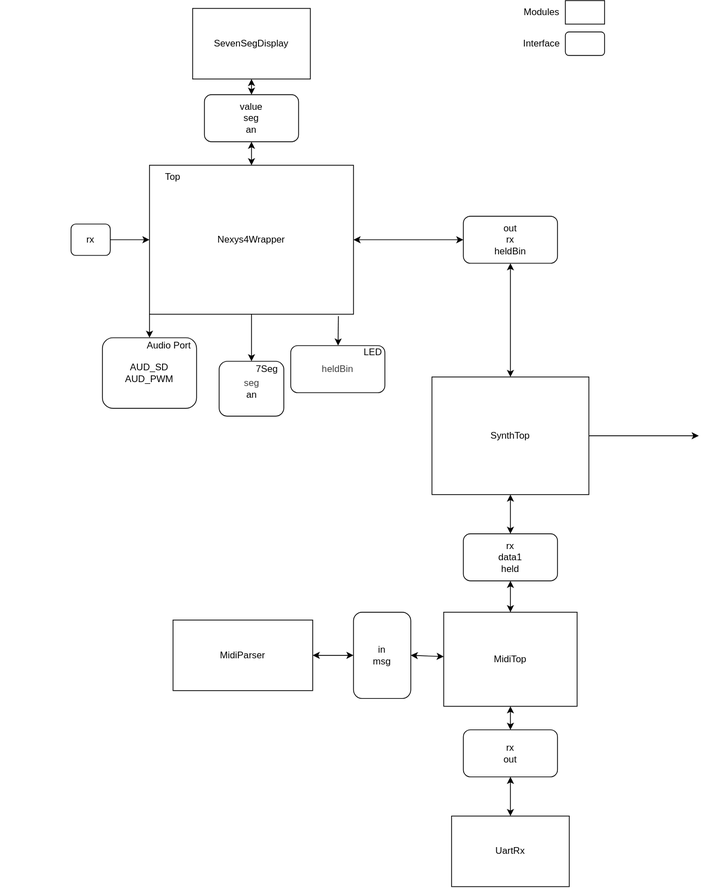
Above: docs/hierarchy.drawio.svg in bathtuballigator/chisel-synth (draw.io), before the change. Source tidied: cells renumbered, new cells last; positions are measured from the earlier drawing's top-left corner, leaving out a move shared by most shapes.
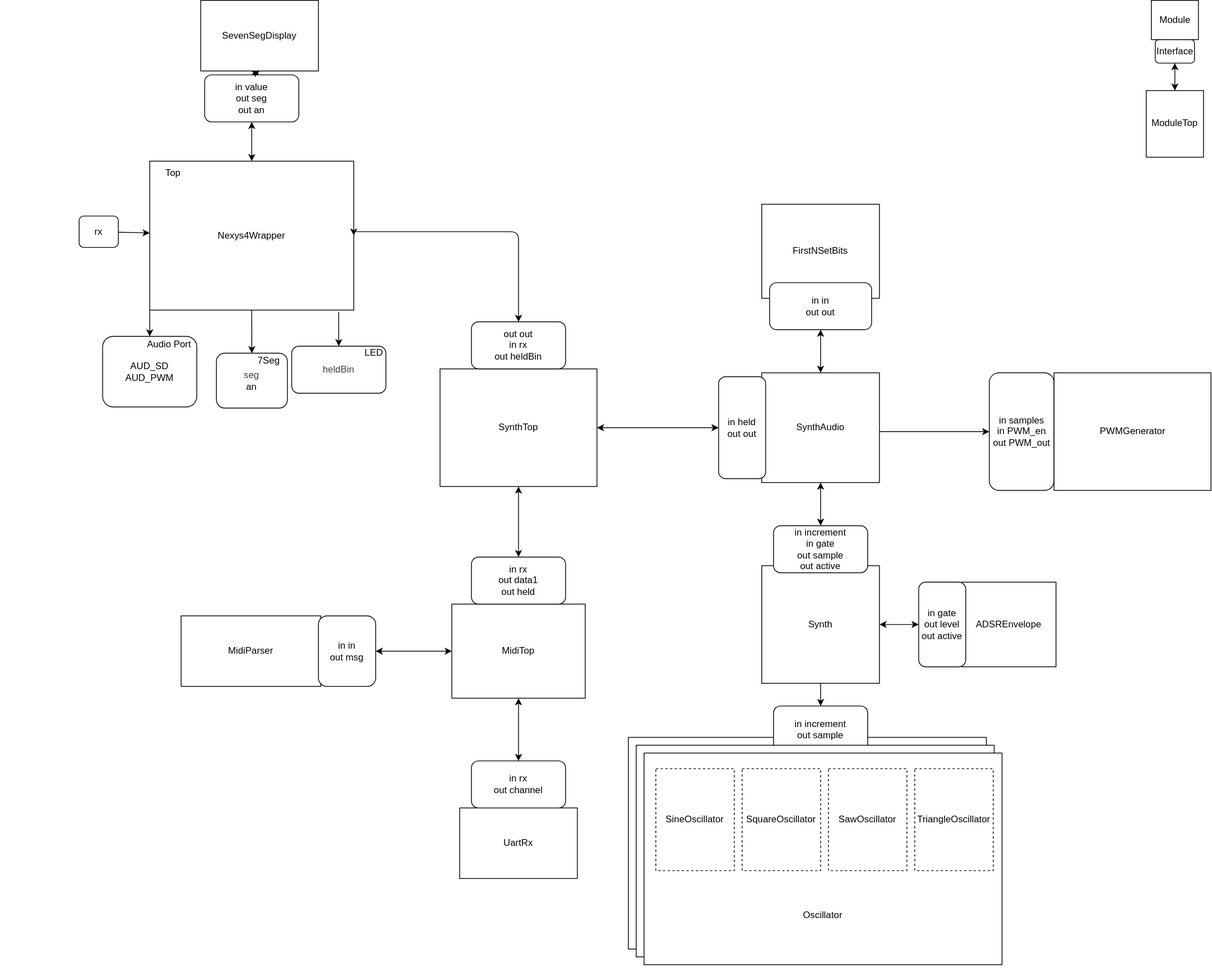
The same diagram one commit later.

Commit message:
finish hieararchy

Change to the diagram source:
```diff
@@ -1,2 +1,2 @@
-<mxGraphModel>
+<mxGraphModel background="light-dark(#FFFFFF,#121212)">
   <root>
@@ -5,3 +5,3 @@
     <mxCell id="2" style="group;" parent="1" vertex="1">
-      <mxGeometry y="90" width="900" height="190" as="geometry" />
+      <mxGeometry x="-10" y="95" width="900" height="190" as="geometry" />
     </mxCell>
@@ -13,2 +13,8 @@
     </mxCell>
+    <mxCell id="15" value="in value&lt;div&gt;out seg&lt;/div&gt;&lt;div&gt;out an&lt;/div&gt;" style="rounded=1;whiteSpace=wrap;html=1;roundedPerimeter=1;" parent="2" vertex="1">
+      <mxGeometry x="260" y="10" width="120" height="60" as="geometry" />
+    </mxCell>
+    <mxCell id="16" style="edgeStyle=none;html=1;entryX=0.5;entryY=1;entryDx=0;entryDy=0;exitX=0.5;exitY=0;exitDx=0;exitDy=0;startArrow=classic;startFill=1;" parent="2" edge="1" source="3" target="15">
+      <mxGeometry relative="1" as="geometry" />
+    </mxCell>
     <mxCell id="5" style="endArrow=none;html=1;entryX=0.5;entryY=1;entryDx=0;entryDy=0;endFill=0;startArrow=classic;startFill=1;" parent="1" edge="1" source="6" target="3">
@@ -16,17 +22,2 @@
     </mxCell>
-    <mxCell id="6" value="&lt;div&gt;&lt;span style=&quot;color: rgb(63, 63, 63); background-color: transparent;&quot;&gt;seg&lt;/span&gt;&lt;/div&gt;&lt;div&gt;an&lt;/div&gt;" style="rounded=1;whiteSpace=wrap;html=1;roundedPerimeter=1;" parent="1" vertex="1">
-      <mxGeometry x="278.8" y="460" width="82.5" height="70" as="geometry" />
-    </mxCell>
-    <mxCell id="7" style="rounded=0;whiteSpace=wrap;html=1;" parent="1" vertex="1">
-      <mxGeometry x="720" width="50" height="30" as="geometry" />
-    </mxCell>
-    <mxCell id="8" value="Modules" style="text;html=1;whiteSpace=wrap;strokeColor=none;fillColor=none;align=center;verticalAlign=middle;rounded=0;" parent="1" vertex="1">
-      <mxGeometry x="660" width="60" height="30" as="geometry" />
-    </mxCell>
-    <mxCell id="9" style="rounded=1;whiteSpace=wrap;html=1;roundedPerimeter=1;" parent="1" vertex="1">
-      <mxGeometry x="720" y="40" width="50" height="30" as="geometry" />
-    </mxCell>
-    <mxCell id="10" value="Interface" style="text;html=1;whiteSpace=wrap;strokeColor=none;fillColor=none;align=center;verticalAlign=middle;rounded=0;" parent="1" vertex="1">
-      <mxGeometry x="660" y="40" width="60" height="30" as="geometry" />
-    </mxCell>
     <mxCell id="11" style="edgeStyle=none;html=1;exitX=0;exitY=1;exitDx=0;exitDy=0;" parent="1" edge="1" source="3" target="12">
@@ -34,5 +25,2 @@
     </mxCell>
-    <mxCell id="12" value="AUD_SD&lt;div&gt;AUD_PWM&lt;/div&gt;" style="rounded=1;whiteSpace=wrap;html=1;roundedPerimeter=1;" parent="1" vertex="1">
-      <mxGeometry x="130" y="430" width="120" height="90" as="geometry" />
-    </mxCell>
     <mxCell id="13" style="edgeStyle=none;html=1;entryX=0.5;entryY=1;entryDx=0;entryDy=0;exitX=0.5;exitY=0;exitDx=0;exitDy=0;startArrow=classic;startFill=1;" parent="1" edge="1" source="15" target="14">
@@ -43,13 +31,2 @@
     </mxCell>
-    <mxCell id="15" value="value&lt;div&gt;seg&lt;/div&gt;&lt;div&gt;an&lt;/div&gt;" style="rounded=1;whiteSpace=wrap;html=1;roundedPerimeter=1;" parent="1" vertex="1">
-      <mxGeometry x="260" y="120" width="120" height="60" as="geometry" />
-    </mxCell>
-    <mxCell id="16" style="edgeStyle=none;html=1;entryX=0.5;entryY=1;entryDx=0;entryDy=0;exitX=0.5;exitY=0;exitDx=0;exitDy=0;startArrow=classic;startFill=1;" parent="1" edge="1" source="3" target="15">
-      <mxGeometry relative="1" as="geometry" />
-    </mxCell>
-    <mxCell id="17" style="edgeStyle=none;html=1;" parent="1" edge="1" source="18">
-      <mxGeometry relative="1" as="geometry">
-        <mxPoint x="890" y="555" as="targetPoint" />
-      </mxGeometry>
-    </mxCell>
     <mxCell id="18" value="SynthTop" style="rounded=0;whiteSpace=wrap;html=1;" parent="1" vertex="1">
@@ -57,4 +34,4 @@
     </mxCell>
-    <mxCell id="19" value="out&lt;div&gt;rx&lt;/div&gt;&lt;div&gt;heldBin&lt;/div&gt;" style="rounded=1;whiteSpace=wrap;html=1;roundedPerimeter=1;" parent="1" vertex="1">
-      <mxGeometry x="590" y="275" width="120" height="60" as="geometry" />
+    <mxCell id="19" value="out out&lt;div&gt;in rx&lt;/div&gt;&lt;div&gt;out heldBin&lt;/div&gt;" style="rounded=1;whiteSpace=wrap;html=1;roundedPerimeter=1;" parent="1" vertex="1">
+      <mxGeometry x="590" y="420" width="120" height="60" as="geometry" />
     </mxCell>
@@ -69,4 +46,4 @@
     </mxCell>
-    <mxCell id="23" value="rx&lt;div&gt;data1&lt;/div&gt;&lt;div&gt;held&lt;/div&gt;" style="rounded=1;whiteSpace=wrap;html=1;roundedPerimeter=1;" parent="1" vertex="1">
-      <mxGeometry x="590" y="680" width="120" height="60" as="geometry" />
+    <mxCell id="23" value="in rx&lt;div&gt;out data1&lt;/div&gt;&lt;div&gt;out held&lt;/div&gt;" style="rounded=1;whiteSpace=wrap;html=1;roundedPerimeter=1;" parent="1" vertex="1">
+      <mxGeometry x="590" y="720" width="120" height="60" as="geometry" />
     </mxCell>
@@ -78,4 +55,4 @@
     </mxCell>
-    <mxCell id="26" value="rx&lt;div&gt;out&lt;/div&gt;" style="rounded=1;whiteSpace=wrap;html=1;roundedPerimeter=1;" parent="1" vertex="1">
-      <mxGeometry x="590" y="930" width="120" height="60" as="geometry" />
+    <mxCell id="26" value="in rx&lt;div&gt;out channel&lt;/div&gt;" style="rounded=1;whiteSpace=wrap;html=1;roundedPerimeter=1;" parent="1" vertex="1">
+      <mxGeometry x="590" y="980" width="120" height="60" as="geometry" />
     </mxCell>
@@ -87,8 +64,2 @@
     </mxCell>
-    <mxCell id="29" value="MidiParser" style="rounded=0;whiteSpace=wrap;html=1;" parent="1" vertex="1">
-      <mxGeometry x="220" y="790" width="178" height="90" as="geometry" />
-    </mxCell>
-    <mxCell id="30" value="in&lt;div&gt;msg&lt;/div&gt;" style="rounded=1;whiteSpace=wrap;html=1;roundedPerimeter=1;" parent="1" vertex="1">
-      <mxGeometry x="450" y="780" width="73" height="110" as="geometry" />
-    </mxCell>
     <mxCell id="31" style="edgeStyle=none;html=1;startArrow=classic;startFill=1;exitX=1;exitY=0.5;exitDx=0;exitDy=0;" parent="1" edge="1" source="30" target="21">
@@ -96,5 +67,2 @@
     </mxCell>
-    <mxCell id="32" style="edgeStyle=none;html=1;entryX=1;entryY=0.5;entryDx=0;entryDy=0;startArrow=classic;startFill=1;" parent="1" edge="1" source="30" target="29">
-      <mxGeometry relative="1" as="geometry" />
-    </mxCell>
     <mxCell id="33" style="edgeStyle=none;html=1;exitX=0.926;exitY=1.013;exitDx=0;exitDy=0;exitPerimeter=0;" parent="1" edge="1" source="3" target="34">
@@ -102,14 +70,2 @@
     </mxCell>
-    <mxCell id="34" value="&lt;div style=&quot;color: rgb(63, 63, 63); scrollbar-color: rgba(121, 121, 121, 0.4) rgb(40, 42, 54);&quot;&gt;heldBin&lt;/div&gt;" style="rounded=1;whiteSpace=wrap;html=1;roundedPerimeter=1;" parent="1" vertex="1">
-      <mxGeometry x="370" y="440" width="120" height="60" as="geometry" />
-    </mxCell>
-    <mxCell id="35" value="7Seg" style="text;html=1;whiteSpace=wrap;strokeColor=none;fillColor=none;align=center;verticalAlign=middle;rounded=0;" parent="1" vertex="1">
-      <mxGeometry x="310" y="455" width="60" height="30" as="geometry" />
-    </mxCell>
-    <mxCell id="36" value="LED" style="text;html=1;whiteSpace=wrap;strokeColor=none;fillColor=none;align=center;verticalAlign=middle;rounded=0;" parent="1" vertex="1">
-      <mxGeometry x="445" y="434" width="60" height="30" as="geometry" />
-    </mxCell>
-    <mxCell id="37" value="Audio Port" style="text;html=1;whiteSpace=wrap;strokeColor=none;fillColor=none;align=center;verticalAlign=middle;rounded=0;" parent="1" vertex="1">
-      <mxGeometry x="185" y="425" width="60" height="30" as="geometry" />
-    </mxCell>
     <mxCell id="38" value="rx" style="rounded=1;whiteSpace=wrap;html=1;roundedPerimeter=1;" parent="1" vertex="1">
@@ -120,5 +76,184 @@
     </mxCell>
-    <mxCell id="40" style="edgeStyle=none;html=1;entryX=1;entryY=0.5;entryDx=0;entryDy=0;startArrow=classic;startFill=1;" parent="1" edge="1" source="19" target="3">
-      <mxGeometry relative="1" as="geometry" />
+    <mxCell id="40" style="edgeStyle=orthogonalEdgeStyle;html=1;entryX=1;entryY=0.5;entryDx=0;entryDy=0;startArrow=classic;startFill=1;" parent="1" edge="1" source="19" target="3">
+      <mxGeometry relative="1" as="geometry">
+        <Array as="points">
+          <mxPoint x="650" y="305" />
+        </Array>
+      </mxGeometry>
     </mxCell>
+    <mxCell id="17" style="edgeStyle=none;html=1;" parent="1" edge="1" source="41" target="43">
+      <mxGeometry relative="1" as="geometry" />
+    </mxCell>
+    <mxCell id="41" value="in samples&lt;div&gt;in PWM_en&lt;/div&gt;&lt;div&gt;out PWM_out&lt;/div&gt;" style="rounded=1;whiteSpace=wrap;html=1;roundedPerimeter=1;" parent="1" vertex="1">
+      <mxGeometry x="1250" y="485" width="82.5" height="150" as="geometry" />
+    </mxCell>
+    <mxCell id="42" style="edgeStyle=none;html=1;startArrow=classic;startFill=1;" parent="1" edge="1" target="41">
+      <mxGeometry relative="1" as="geometry">
+        <mxPoint x="1010" y="560" as="sourcePoint" />
+      </mxGeometry>
+    </mxCell>
+    <mxCell id="43" value="PWMGenerator" style="rounded=0;whiteSpace=wrap;html=1;" parent="1" vertex="1">
+      <mxGeometry x="1332.5" y="485" width="200" height="150" as="geometry" />
+    </mxCell>
+    <mxCell id="44" style="group;" parent="1" vertex="1">
+      <mxGeometry x="220" y="795" width="248" height="90" as="geometry" />
+    </mxCell>
+    <mxCell id="29" value="MidiParser" style="rounded=0;whiteSpace=wrap;html=1;" parent="44" vertex="1">
+      <mxGeometry width="178" height="90" as="geometry" />
+    </mxCell>
+    <mxCell id="30" value="in in&lt;div&gt;out msg&lt;/div&gt;" style="rounded=1;whiteSpace=wrap;html=1;roundedPerimeter=1;" parent="44" vertex="1">
+      <mxGeometry x="175" width="73" height="90" as="geometry" />
+    </mxCell>
+    <mxCell id="45" value="Synth" style="rounded=0;whiteSpace=wrap;html=1;" parent="1" vertex="1">
+      <mxGeometry x="960" y="731" width="150" height="150" as="geometry" />
+    </mxCell>
+    <mxCell id="46" style="edgeStyle=none;html=1;" parent="1" edge="1" target="48">
+      <mxGeometry relative="1" as="geometry">
+        <mxPoint x="1018.1" y="960" as="sourcePoint" />
+      </mxGeometry>
+    </mxCell>
+    <mxCell id="47" style="group;" parent="1" vertex="1">
+      <mxGeometry x="790" y="950" width="456.2" height="280" as="geometry" />
+    </mxCell>
+    <mxCell id="48" value="&lt;div&gt;&lt;br&gt;&lt;/div&gt;&lt;div&gt;&lt;br&gt;&lt;/div&gt;&lt;div&gt;&lt;br&gt;&lt;/div&gt;&lt;div&gt;&lt;br&gt;&lt;/div&gt;&lt;div&gt;&lt;br&gt;&lt;/div&gt;&lt;div&gt;&lt;br&gt;&lt;/div&gt;&lt;div&gt;&lt;br&gt;&lt;/div&gt;&lt;div&gt;&lt;br&gt;&lt;/div&gt;&lt;div&gt;&lt;br&gt;&lt;/div&gt;&lt;div&gt;&lt;br&gt;&lt;/div&gt;Oscillator" style="rounded=0;whiteSpace=wrap;html=1;" parent="47" vertex="1">
+      <mxGeometry width="456.2" height="270" as="geometry" />
+    </mxCell>
+    <mxCell id="49" value="SineOscillator" style="rounded=0;whiteSpace=wrap;html=1;dashed=1;" parent="47" vertex="1">
+      <mxGeometry x="15" y="20" width="100" height="130" as="geometry" />
+    </mxCell>
+    <mxCell id="50" value="SquareOscillator" style="rounded=0;whiteSpace=wrap;html=1;dashed=1;" parent="47" vertex="1">
+      <mxGeometry x="125" y="20" width="100" height="130" as="geometry" />
+    </mxCell>
+    <mxCell id="51" value="TriangleOscillator" style="rounded=0;whiteSpace=wrap;html=1;dashed=1;" parent="47" vertex="1">
+      <mxGeometry x="345" y="20" width="100" height="130" as="geometry" />
+    </mxCell>
+    <mxCell id="52" value="SawOscillator" style="rounded=0;whiteSpace=wrap;html=1;dashed=1;" parent="47" vertex="1">
+      <mxGeometry x="235" y="20" width="100" height="130" as="geometry" />
+    </mxCell>
+    <mxCell id="53" style="edgeStyle=none;html=1;" parent="1" edge="1" source="45" target="54">
+      <mxGeometry relative="1" as="geometry" />
+    </mxCell>
+    <mxCell id="54" value="in increment&lt;div&gt;out sample&lt;/div&gt;" style="rounded=1;whiteSpace=wrap;html=1;roundedPerimeter=1;" parent="1" vertex="1">
+      <mxGeometry x="975" y="910" width="120" height="60" as="geometry" />
+    </mxCell>
+    <mxCell id="55" style="group;" parent="1" vertex="1">
+      <mxGeometry x="800" y="960" width="456.2" height="280" as="geometry" />
+    </mxCell>
+    <mxCell id="56" value="&lt;div&gt;&lt;br&gt;&lt;/div&gt;&lt;div&gt;&lt;br&gt;&lt;/div&gt;&lt;div&gt;&lt;br&gt;&lt;/div&gt;&lt;div&gt;&lt;br&gt;&lt;/div&gt;&lt;div&gt;&lt;br&gt;&lt;/div&gt;&lt;div&gt;&lt;br&gt;&lt;/div&gt;&lt;div&gt;&lt;br&gt;&lt;/div&gt;&lt;div&gt;&lt;br&gt;&lt;/div&gt;&lt;div&gt;&lt;br&gt;&lt;/div&gt;&lt;div&gt;&lt;br&gt;&lt;/div&gt;Oscillator" style="rounded=0;whiteSpace=wrap;html=1;" parent="55" vertex="1">
+      <mxGeometry width="456.2" height="270" as="geometry" />
+    </mxCell>
+    <mxCell id="57" value="SineOscillator" style="rounded=0;whiteSpace=wrap;html=1;dashed=1;" parent="55" vertex="1">
+      <mxGeometry x="15" y="20" width="100" height="130" as="geometry" />
+    </mxCell>
+    <mxCell id="58" value="SquareOscillator" style="rounded=0;whiteSpace=wrap;html=1;dashed=1;" parent="55" vertex="1">
+      <mxGeometry x="125" y="20" width="100" height="130" as="geometry" />
+    </mxCell>
+    <mxCell id="59" value="TriangleOscillator" style="rounded=0;whiteSpace=wrap;html=1;dashed=1;" parent="55" vertex="1">
+      <mxGeometry x="345" y="20" width="100" height="130" as="geometry" />
+    </mxCell>
+    <mxCell id="60" value="SawOscillator" style="rounded=0;whiteSpace=wrap;html=1;dashed=1;" parent="55" vertex="1">
+      <mxGeometry x="235" y="20" width="100" height="130" as="geometry" />
+    </mxCell>
+    <mxCell id="61" style="group;" parent="1" vertex="1">
+      <mxGeometry x="810" y="970" width="456.2" height="280" as="geometry" />
+    </mxCell>
+    <mxCell id="62" value="&lt;div&gt;&lt;br&gt;&lt;/div&gt;&lt;div&gt;&lt;br&gt;&lt;/div&gt;&lt;div&gt;&lt;br&gt;&lt;/div&gt;&lt;div&gt;&lt;br&gt;&lt;/div&gt;&lt;div&gt;&lt;br&gt;&lt;/div&gt;&lt;div&gt;&lt;br&gt;&lt;/div&gt;&lt;div&gt;&lt;br&gt;&lt;/div&gt;&lt;div&gt;&lt;br&gt;&lt;/div&gt;&lt;div&gt;&lt;br&gt;&lt;/div&gt;&lt;div&gt;&lt;br&gt;&lt;/div&gt;Oscillator" style="rounded=0;whiteSpace=wrap;html=1;" parent="61" vertex="1">
+      <mxGeometry width="456.2" height="270" as="geometry" />
+    </mxCell>
+    <mxCell id="63" value="SineOscillator" style="rounded=0;whiteSpace=wrap;html=1;dashed=1;" parent="61" vertex="1">
+      <mxGeometry x="15" y="20" width="100" height="130" as="geometry" />
+    </mxCell>
+    <mxCell id="64" value="SquareOscillator" style="rounded=0;whiteSpace=wrap;html=1;dashed=1;" parent="61" vertex="1">
+      <mxGeometry x="125" y="20" width="100" height="130" as="geometry" />
+    </mxCell>
+    <mxCell id="65" value="TriangleOscillator" style="rounded=0;whiteSpace=wrap;html=1;dashed=1;" parent="61" vertex="1">
+      <mxGeometry x="345" y="20" width="100" height="130" as="geometry" />
+    </mxCell>
+    <mxCell id="66" value="SawOscillator" style="rounded=0;whiteSpace=wrap;html=1;dashed=1;" parent="61" vertex="1">
+      <mxGeometry x="235" y="20" width="100" height="130" as="geometry" />
+    </mxCell>
+    <mxCell id="67" style="group;" parent="1" vertex="1">
+      <mxGeometry x="1170" y="752" width="165" height="108" as="geometry" />
+    </mxCell>
+    <mxCell id="68" value="ADSREnvelope" style="rounded=0;whiteSpace=wrap;html=1;" parent="67" vertex="1">
+      <mxGeometry x="45" width="120" height="108" as="geometry" />
+    </mxCell>
+    <mxCell id="69" value="in gate&lt;div&gt;out level&lt;/div&gt;&lt;div&gt;out active&lt;/div&gt;" style="rounded=1;whiteSpace=wrap;html=1;roundedPerimeter=1;" parent="67" vertex="1">
+      <mxGeometry x="-10" width="60" height="108" as="geometry" />
+    </mxCell>
+    <mxCell id="70" style="edgeStyle=none;html=1;startArrow=classic;startFill=1;" parent="1" edge="1" source="45" target="69">
+      <mxGeometry relative="1" as="geometry" />
+    </mxCell>
+    <mxCell id="71" value="in increment&lt;div&gt;in gate&lt;/div&gt;&lt;div&gt;out sample&lt;/div&gt;&lt;div&gt;out active&lt;/div&gt;" style="rounded=1;whiteSpace=wrap;html=1;roundedPerimeter=1;" parent="1" vertex="1">
+      <mxGeometry x="975" y="680" width="120" height="60" as="geometry" />
+    </mxCell>
+    <mxCell id="72" style="edgeStyle=orthogonalEdgeStyle;html=1;entryX=0.5;entryY=0;entryDx=0;entryDy=0;startArrow=classic;startFill=1;exitX=0.5;exitY=1;exitDx=0;exitDy=0;" parent="1" edge="1" source="75" target="71">
+      <mxGeometry relative="1" as="geometry" />
+    </mxCell>
+    <mxCell id="73" style="group;" parent="1" vertex="1">
+      <mxGeometry x="905" y="485" width="205" height="140" as="geometry" />
+    </mxCell>
+    <mxCell id="74" style="group;" parent="73" vertex="1">
+      <mxGeometry width="205" height="140" as="geometry" />
+    </mxCell>
+    <mxCell id="75" value="SynthAudio" style="rounded=0;whiteSpace=wrap;html=1;" parent="74" vertex="1">
+      <mxGeometry x="55" width="150" height="140" as="geometry" />
+    </mxCell>
+    <mxCell id="76" value="in held&lt;div&gt;out out&lt;/div&gt;" style="rounded=1;whiteSpace=wrap;html=1;roundedPerimeter=1;" parent="74" vertex="1">
+      <mxGeometry y="5" width="60" height="130" as="geometry" />
+    </mxCell>
+    <mxCell id="77" style="edgeStyle=none;html=1;startArrow=classic;startFill=1;" parent="1" edge="1" source="76" target="18">
+      <mxGeometry relative="1" as="geometry" />
+    </mxCell>
+    <mxCell id="78" style="group;" parent="1" vertex="1">
+      <mxGeometry x="960" y="270" width="150" height="160" as="geometry" />
+    </mxCell>
+    <mxCell id="79" value="FirstNSetBits" style="rounded=0;whiteSpace=wrap;html=1;" parent="78" vertex="1">
+      <mxGeometry width="150" height="120" as="geometry" />
+    </mxCell>
+    <mxCell id="80" value="in in&lt;div&gt;out out&lt;/div&gt;" style="rounded=1;whiteSpace=wrap;html=1;roundedPerimeter=1;" parent="78" vertex="1">
+      <mxGeometry x="10" y="100" width="130" height="60" as="geometry" />
+    </mxCell>
+    <mxCell id="81" style="edgeStyle=none;html=1;entryX=0.5;entryY=1;entryDx=0;entryDy=0;startArrow=classic;startFill=1;" parent="1" edge="1" source="75" target="80">
+      <mxGeometry relative="1" as="geometry" />
+    </mxCell>
+    <mxCell id="82" value="ModuleTop" style="rounded=0;whiteSpace=wrap;html=1;" parent="1" vertex="1">
+      <mxGeometry x="1450" y="125" width="73" height="85" as="geometry" />
+    </mxCell>
+    <mxCell id="7" value="Module" style="rounded=0;whiteSpace=wrap;html=1;" parent="1" vertex="1">
+      <mxGeometry x="1456.5" y="10" width="60" height="50" as="geometry" />
+    </mxCell>
+    <mxCell id="9" value="Interface" style="rounded=1;whiteSpace=wrap;html=1;roundedPerimeter=1;" parent="1" vertex="1">
+      <mxGeometry x="1461.5" y="60" width="50" height="30" as="geometry" />
+    </mxCell>
+    <mxCell id="83" style="edgeStyle=none;html=1;entryX=0.5;entryY=1;entryDx=0;entryDy=0;startArrow=classic;startFill=1;" parent="1" edge="1" source="82" target="9">
+      <mxGeometry relative="1" as="geometry" />
+    </mxCell>
+    <mxCell id="84" style="group;" parent="1" vertex="1">
+      <mxGeometry x="265" y="455" width="100" height="75" as="geometry" />
+    </mxCell>
+    <mxCell id="6" value="&lt;div&gt;&lt;span style=&quot;color: rgb(63, 63, 63); background-color: transparent;&quot;&gt;seg&lt;/span&gt;&lt;/div&gt;&lt;div&gt;an&lt;/div&gt;" style="rounded=1;whiteSpace=wrap;html=1;roundedPerimeter=1;" parent="84" vertex="1">
+      <mxGeometry y="5" width="90.4" height="70" as="geometry" />
+    </mxCell>
+    <mxCell id="35" value="7Seg" style="text;html=1;whiteSpace=wrap;strokeColor=none;fillColor=none;align=center;verticalAlign=middle;rounded=0;" parent="84" vertex="1">
+      <mxGeometry x="34.2" width="65.8" height="30" as="geometry" />
+    </mxCell>
+    <mxCell id="85" style="group;" parent="1" vertex="1">
+      <mxGeometry x="361" y="445" width="135" height="66" as="geometry" />
+    </mxCell>
+    <mxCell id="34" value="&lt;div style=&quot;color: rgb(63, 63, 63); scrollbar-color: rgba(121, 121, 121, 0.4) rgb(40, 42, 54);&quot;&gt;heldBin&lt;/div&gt;" style="rounded=1;whiteSpace=wrap;html=1;roundedPerimeter=1;" parent="85" vertex="1">
+      <mxGeometry y="6" width="120" height="60" as="geometry" />
+    </mxCell>
+    <mxCell id="36" value="LED" style="text;html=1;whiteSpace=wrap;strokeColor=none;fillColor=none;align=center;verticalAlign=middle;rounded=0;" parent="85" vertex="1">
+      <mxGeometry x="75" width="60" height="30" as="geometry" />
+    </mxCell>
+    <mxCell id="86" style="group;" parent="1" vertex="1">
+      <mxGeometry x="120" y="433.5" width="120" height="95" as="geometry" />
+    </mxCell>
+    <mxCell id="12" value="AUD_SD&lt;div&gt;AUD_PWM&lt;/div&gt;" style="rounded=1;whiteSpace=wrap;html=1;roundedPerimeter=1;" parent="86" vertex="1">
+      <mxGeometry y="5" width="120" height="90" as="geometry" />
+    </mxCell>
+    <mxCell id="37" value="Audio Port" style="text;html=1;whiteSpace=wrap;strokeColor=none;fillColor=none;align=center;verticalAlign=middle;rounded=0;" parent="86" vertex="1">
+      <mxGeometry x="55" width="60" height="30" as="geometry" />
+    </mxCell>
   </root>
```
